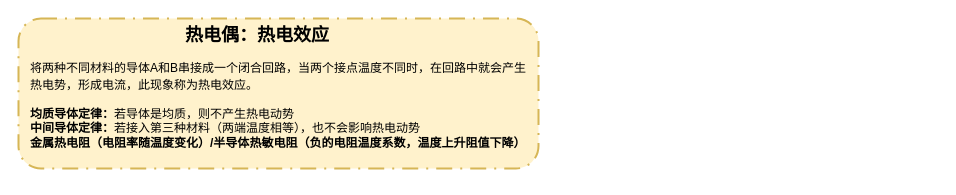
xinlanzi/Induisal-design keeps this draw.io diagram as week6-7.drawio. Above is the earlier version. Source tidied: cells renumbered, new cells numbered last; positions are measured from the earlier drawing's top-left corner, leaving out a move shared by most shapes. Both pictures are drawn from the tidied source at 100%, with x=0, y=0 at pixel (18, 18).
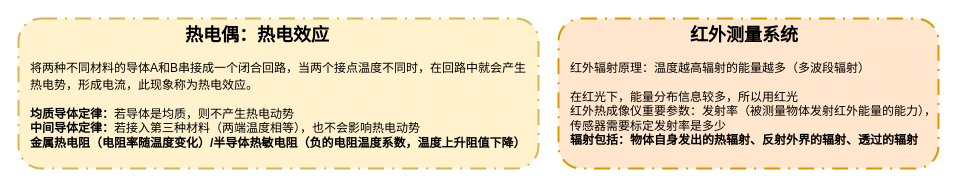
The same diagram, later.

What changed in the source:
```diff
@@
 <mxGraphModel>
   <root>
     <mxCell id="0" />
     <mxCell id="1" parent="0" />
+    <mxCell id="5" style="rounded=1;whiteSpace=wrap;html=1;fillColor=#ffe6cc;strokeColor=#d79b00;dashed=1;dashPattern=8 4 1 4;strokeWidth=2;" parent="1" vertex="1">
+      <mxGeometry x="540" width="380" height="150" as="geometry" />
+    </mxCell>
     <mxCell id="2" style="rounded=1;whiteSpace=wrap;html=1;fillColor=#fff2cc;strokeColor=#d6b656;dashed=1;dashPattern=8 4 1 4;strokeWidth=2;" parent="1" vertex="1">
       <mxGeometry width="520" height="150" as="geometry" />
     </mxCell>
     <mxCell id="3" value="&lt;div&gt;&lt;h3 class=&quot;heading-3 ace-line old-record-id-F2cUdsxJCoKFnkxDXahco5WFnCh&quot;&gt;&lt;span style=&quot;background-color: transparent; color: light-dark(#000000, var(--ge-light-color, #ffffff)); font-size: 12px; font-weight: normal;&quot;&gt;将两种不同材料的导体A和B串接成一个闭合回路，当两个接点温度不同时，在回路中就会产生热电势，形成电流，此现象称为热电效应。&lt;/span&gt;&lt;/h3&gt;&lt;div class=&quot;ace-line ace-line old-record-id-QdLidJeu1oeppqx2IDrcsKJmn4b&quot;&gt;&lt;strong&gt;均质&lt;/strong&gt;&lt;strong&gt;导体&lt;/strong&gt;&lt;strong&gt;定律：&lt;/strong&gt;若导体是均质，则不产生热电动势&lt;/div&gt;&lt;div class=&quot;ace-line ace-line old-record-id-OHnfd2kqQoe4njxnoz5cAQvIn8c&quot;&gt;&lt;strong&gt;中间&lt;/strong&gt;&lt;strong&gt;导体&lt;/strong&gt;&lt;strong&gt;定律：&lt;/strong&gt;若接入第三种材料（两端温度相等），也不会影响热电动势&lt;/div&gt;&lt;div class=&quot;ace-line ace-line old-record-id-HIAudjY12oYktsxiAZZcriQ8nUf&quot;&gt;&lt;strong&gt;金属热电阻（&lt;/strong&gt;&lt;strong&gt;电阻率&lt;/strong&gt;&lt;strong&gt;随温度变化）/半导体&lt;/strong&gt;&lt;strong&gt;热敏电阻&lt;/strong&gt;&lt;strong&gt;（负的&lt;/strong&gt;&lt;strong&gt;电阻温度系数&lt;/strong&gt;&lt;strong&gt;，温度上升阻值下降）&lt;/strong&gt;&lt;/div&gt;&lt;/div&gt;&lt;span class=&quot;lark-record-clipboard&quot;&gt;&lt;/span&gt;" style="text;whiteSpace=wrap;html=1;" parent="1" vertex="1">
       <mxGeometry x="10" y="20" width="500" height="140" as="geometry" />
     </mxCell>
     <mxCell id="4" value="热电偶：热电效应" style="text;whiteSpace=wrap;fontStyle=1;fontSize=18;" parent="1" vertex="1">
       <mxGeometry x="165" width="190" height="40" as="geometry" />
     </mxCell>
+    <mxCell id="6" value="&lt;div&gt;&lt;h3 class=&quot;heading-3 ace-line old-record-id-VkwFd6aDTo75YJxZ5TncZqFLnuf&quot;&gt;&lt;span style=&quot;background-color: transparent; color: light-dark(#000000, var(--ge-light-color, #ffffff)); font-size: 12px; font-weight: normal;&quot;&gt;红外辐射原理：温度越高辐射的能量越多（多波段辐射）&lt;/span&gt;&lt;/h3&gt;&lt;div class=&quot;ace-line ace-line old-record-id-GUpqdvP3PorFQXxZWBPcrvw9ned&quot;&gt;在红光下，能量分布信息较多，所以用红光&lt;/div&gt;&lt;div class=&quot;ace-line ace-line old-record-id-KbQ3d886doBJSqxWb4bc504Knpe&quot;&gt;红外热成像仪重要参数：发射率（被测量物体发射红外能量的能力），传感器需要标定发射率是多少&lt;/div&gt;&lt;div class=&quot;ace-line ace-line old-record-id-IgWldOqFqo80RLxdrwOcwlnbnkg&quot;&gt;&lt;strong&gt;辐射包括：物体自身发出的&lt;/strong&gt;&lt;strong&gt;热辐射&lt;/strong&gt;&lt;strong&gt;、反射外界的辐射、透过的辐射&lt;/strong&gt;&lt;/div&gt;&lt;/div&gt;&lt;span class=&quot;lark-record-clipboard&quot;&gt;&lt;/span&gt;" style="text;whiteSpace=wrap;html=1;" parent="1" vertex="1">
+      <mxGeometry x="550" y="20" width="370" height="90" as="geometry" />
+    </mxCell>
+    <mxCell id="7" value="红外测量系统" style="text;whiteSpace=wrap;fontStyle=1;fontSize=18;" parent="1" vertex="1">
+      <mxGeometry x="670" width="190" height="40" as="geometry" />
+    </mxCell>
   </root>
 </mxGraphModel>
```
